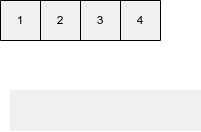
The draw.io diagram imgs/crossover.drawio.png in lucafabbian/op2-old, before a commit. Source tidied: cells renumbered, new cells last; positions are measured from the earlier drawing's top-left corner, leaving out a move shared by most shapes. The source it was exported from:
```xml
<mxGraphModel>
  <root>
    <mxCell id="0" />
    <mxCell id="1" parent="0" />
    <mxCell id="2" style="rounded=0;whiteSpace=wrap;html=1;strokeColor=#F0F0F0;fillColor=#F0F0F0;fontColor=#000000;" parent="1" vertex="1">
      <mxGeometry x="10" y="90" width="190" height="40" as="geometry" />
    </mxCell>
    <mxCell id="3" style="shape=table;html=1;whiteSpace=wrap;startSize=0;strokeColor=#000000;fillColor=#F0F0F0;perimeterSpacing=1;fontColor=#000000;" parent="1" vertex="1">
      <mxGeometry width="160" height="40" as="geometry" />
    </mxCell>
    <mxCell id="4" style="shape=tableRow;horizontal=0;startSize=0;swimlaneHead=0;swimlaneBody=0;top=0;left=0;bottom=0;right=0;fillColor=none;strokeColor=#F0F0F0;fontColor=#000000;" parent="3" vertex="1">
      <mxGeometry width="160" height="40" as="geometry" />
    </mxCell>
    <mxCell id="5" value="1" style="shape=partialRectangle;html=1;whiteSpace=wrap;fillColor=none;top=0;left=0;bottom=0;right=0;overflow=hidden;strokeColor=#F0F0F0;fontColor=#000000;" parent="4" vertex="1">
      <mxGeometry width="40" height="40" as="geometry" />
    </mxCell>
    <mxCell id="6" value="2" style="shape=partialRectangle;html=1;whiteSpace=wrap;fillColor=none;top=0;left=0;bottom=0;right=0;overflow=hidden;strokeColor=#F0F0F0;fontColor=#000000;" parent="4" vertex="1">
      <mxGeometry x="40" width="40" height="40" as="geometry" />
    </mxCell>
    <mxCell id="7" value="3" style="shape=partialRectangle;html=1;whiteSpace=wrap;fillColor=none;top=0;left=0;bottom=0;right=0;overflow=hidden;strokeColor=#F0F0F0;fontColor=#000000;" parent="4" vertex="1">
      <mxGeometry x="80" width="40" height="40" as="geometry" />
    </mxCell>
    <mxCell id="8" value="4" style="shape=partialRectangle;html=1;whiteSpace=wrap;fillColor=none;top=0;left=0;bottom=0;right=0;overflow=hidden;strokeColor=#F0F0F0;fontColor=#000000;" parent="4" vertex="1">
      <mxGeometry x="120" width="40" height="40" as="geometry" />
    </mxCell>
  </root>
</mxGraphModel>
```
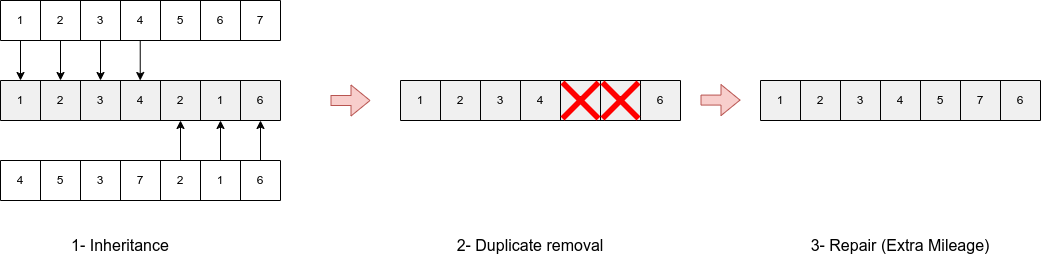
Later version of the same file.

Diff of the diagram source:
```diff
@@ -2,14 +2,11 @@
   <root>
     <mxCell id="0" />
     <mxCell id="1" parent="0" />
-    <mxCell id="2" style="rounded=0;whiteSpace=wrap;html=1;strokeColor=#F0F0F0;fillColor=#F0F0F0;fontColor=#000000;" parent="1" vertex="1">
-      <mxGeometry x="10" y="90" width="190" height="40" as="geometry" />
-    </mxCell>
     <mxCell id="3" style="shape=table;html=1;whiteSpace=wrap;startSize=0;strokeColor=#000000;fillColor=#F0F0F0;perimeterSpacing=1;fontColor=#000000;" parent="1" vertex="1">
-      <mxGeometry width="160" height="40" as="geometry" />
+      <mxGeometry width="280" height="40" as="geometry" />
     </mxCell>
     <mxCell id="4" style="shape=tableRow;horizontal=0;startSize=0;swimlaneHead=0;swimlaneBody=0;top=0;left=0;bottom=0;right=0;fillColor=none;strokeColor=#F0F0F0;fontColor=#000000;" parent="3" vertex="1">
-      <mxGeometry width="160" height="40" as="geometry" />
+      <mxGeometry width="280" height="40" as="geometry" />
     </mxCell>
     <mxCell id="5" value="1" style="shape=partialRectangle;html=1;whiteSpace=wrap;fillColor=none;top=0;left=0;bottom=0;right=0;overflow=hidden;strokeColor=#F0F0F0;fontColor=#000000;" parent="4" vertex="1">
       <mxGeometry width="40" height="40" as="geometry" />
@@ -23,5 +20,191 @@
     <mxCell id="8" value="4" style="shape=partialRectangle;html=1;whiteSpace=wrap;fillColor=none;top=0;left=0;bottom=0;right=0;overflow=hidden;strokeColor=#F0F0F0;fontColor=#000000;" parent="4" vertex="1">
       <mxGeometry x="120" width="40" height="40" as="geometry" />
     </mxCell>
+    <mxCell id="9" value="2" style="shape=partialRectangle;html=1;whiteSpace=wrap;fillColor=none;top=0;left=0;bottom=0;right=0;overflow=hidden;strokeColor=#F0F0F0;fontColor=#000000;" parent="4" vertex="1">
+      <mxGeometry x="160" width="40" height="40" as="geometry" />
+    </mxCell>
+    <mxCell id="10" value="1" style="shape=partialRectangle;html=1;whiteSpace=wrap;fillColor=none;top=0;left=0;bottom=0;right=0;overflow=hidden;strokeColor=#F0F0F0;fontColor=#000000;" parent="4" vertex="1">
+      <mxGeometry x="200" width="40" height="40" as="geometry" />
+    </mxCell>
+    <mxCell id="11" value="6" style="shape=partialRectangle;html=1;whiteSpace=wrap;fillColor=none;top=0;left=0;bottom=0;right=0;overflow=hidden;strokeColor=#F0F0F0;fontColor=#000000;" parent="4" vertex="1">
+      <mxGeometry x="240" width="40" height="40" as="geometry" />
+    </mxCell>
+    <mxCell id="12" style="shape=table;html=1;whiteSpace=wrap;startSize=0;perimeterSpacing=1;" parent="1" vertex="1">
+      <mxGeometry y="80" width="280" height="40" as="geometry" />
+    </mxCell>
+    <mxCell id="13" style="shape=tableRow;horizontal=0;startSize=0;swimlaneHead=0;swimlaneBody=0;top=0;left=0;bottom=0;right=0;fillColor=none;strokeColor=#F0F0F0;fontColor=#000000;" parent="12" vertex="1">
+      <mxGeometry width="280" height="40" as="geometry" />
+    </mxCell>
+    <mxCell id="14" value="4" style="shape=partialRectangle;html=1;whiteSpace=wrap;fillColor=none;top=0;left=0;bottom=0;right=0;overflow=hidden;strokeColor=#F0F0F0;fontColor=#000000;" parent="13" vertex="1">
+      <mxGeometry width="40" height="40" as="geometry" />
+    </mxCell>
+    <mxCell id="15" value="5" style="shape=partialRectangle;html=1;whiteSpace=wrap;fillColor=none;top=0;left=0;bottom=0;right=0;overflow=hidden;strokeColor=#F0F0F0;fontColor=#000000;" parent="13" vertex="1">
+      <mxGeometry x="40" width="40" height="40" as="geometry" />
+    </mxCell>
+    <mxCell id="16" value="3" style="shape=partialRectangle;html=1;whiteSpace=wrap;fillColor=none;top=0;left=0;bottom=0;right=0;overflow=hidden;strokeColor=#F0F0F0;fontColor=#000000;" parent="13" vertex="1">
+      <mxGeometry x="80" width="40" height="40" as="geometry" />
+    </mxCell>
+    <mxCell id="17" value="7" style="shape=partialRectangle;html=1;whiteSpace=wrap;fillColor=none;top=0;left=0;bottom=0;right=0;overflow=hidden;strokeColor=#F0F0F0;fontColor=#000000;" parent="13" vertex="1">
+      <mxGeometry x="120" width="40" height="40" as="geometry" />
+    </mxCell>
+    <mxCell id="18" value="2" style="shape=partialRectangle;html=1;whiteSpace=wrap;fillColor=none;top=0;left=0;bottom=0;right=0;overflow=hidden;strokeColor=#F0F0F0;fontColor=#000000;" parent="13" vertex="1">
+      <mxGeometry x="160" width="40" height="40" as="geometry" />
+    </mxCell>
+    <mxCell id="19" value="1" style="shape=partialRectangle;html=1;whiteSpace=wrap;fillColor=none;top=0;left=0;bottom=0;right=0;overflow=hidden;strokeColor=#F0F0F0;fontColor=#000000;" parent="13" vertex="1">
+      <mxGeometry x="200" width="40" height="40" as="geometry" />
+    </mxCell>
+    <mxCell id="20" value="6" style="shape=partialRectangle;html=1;whiteSpace=wrap;fillColor=none;top=0;left=0;bottom=0;right=0;overflow=hidden;strokeColor=#F0F0F0;fontColor=#000000;" parent="13" vertex="1">
+      <mxGeometry x="240" width="40" height="40" as="geometry" />
+    </mxCell>
+    <mxCell id="21" style="shape=table;html=1;whiteSpace=wrap;startSize=0;perimeterSpacing=1;labelBackgroundColor=none;" parent="1" vertex="1">
+      <mxGeometry y="-80" width="280" height="40" as="geometry" />
+    </mxCell>
+    <mxCell id="22" style="shape=tableRow;horizontal=0;startSize=0;swimlaneHead=0;swimlaneBody=0;top=0;left=0;bottom=0;right=0;fillColor=none;strokeColor=#F0F0F0;fontColor=#000000;labelBackgroundColor=default;" parent="21" vertex="1">
+      <mxGeometry width="280" height="40" as="geometry" />
+    </mxCell>
+    <mxCell id="23" value="1" style="shape=partialRectangle;html=1;whiteSpace=wrap;fillColor=none;top=0;left=0;bottom=0;right=0;overflow=hidden;strokeColor=#F0F0F0;fontColor=#000000;labelBackgroundColor=default;" parent="22" vertex="1">
+      <mxGeometry width="40" height="40" as="geometry" />
+    </mxCell>
+    <mxCell id="24" value="2" style="shape=partialRectangle;html=1;whiteSpace=wrap;fillColor=none;top=0;left=0;bottom=0;right=0;overflow=hidden;strokeColor=#F0F0F0;fontColor=#000000;labelBackgroundColor=default;" parent="22" vertex="1">
+      <mxGeometry x="40" width="40" height="40" as="geometry" />
+    </mxCell>
+    <mxCell id="25" value="3" style="shape=partialRectangle;html=1;whiteSpace=wrap;fillColor=none;top=0;left=0;bottom=0;right=0;overflow=hidden;strokeColor=#F0F0F0;fontColor=#000000;labelBackgroundColor=default;" parent="22" vertex="1">
+      <mxGeometry x="80" width="40" height="40" as="geometry" />
+    </mxCell>
+    <mxCell id="26" value="4" style="shape=partialRectangle;html=1;whiteSpace=wrap;fillColor=none;top=0;left=0;bottom=0;right=0;overflow=hidden;strokeColor=#F0F0F0;fontColor=#000000;labelBackgroundColor=default;" parent="22" vertex="1">
+      <mxGeometry x="120" width="40" height="40" as="geometry" />
+    </mxCell>
+    <mxCell id="27" value="5" style="shape=partialRectangle;html=1;whiteSpace=wrap;fillColor=none;top=0;left=0;bottom=0;right=0;overflow=hidden;strokeColor=#F0F0F0;fontColor=#000000;labelBackgroundColor=default;" parent="22" vertex="1">
+      <mxGeometry x="160" width="40" height="40" as="geometry" />
+    </mxCell>
+    <mxCell id="28" value="6" style="shape=partialRectangle;html=1;whiteSpace=wrap;fillColor=none;top=0;left=0;bottom=0;right=0;overflow=hidden;strokeColor=#F0F0F0;fontColor=#000000;labelBackgroundColor=default;" parent="22" vertex="1">
+      <mxGeometry x="200" width="40" height="40" as="geometry" />
+    </mxCell>
+    <mxCell id="29" value="7" style="shape=partialRectangle;html=1;whiteSpace=wrap;fillColor=none;top=0;left=0;bottom=0;right=0;overflow=hidden;strokeColor=#F0F0F0;fontColor=#000000;labelBackgroundColor=default;" parent="22" vertex="1">
+      <mxGeometry x="240" width="40" height="40" as="geometry" />
+    </mxCell>
+    <mxCell id="30" style="endArrow=classic;html=1;" parent="1" edge="1">
+      <mxGeometry relative="1" as="geometry">
+        <mxPoint x="180" y="80" as="sourcePoint" />
+        <mxPoint x="180" y="40" as="targetPoint" />
+      </mxGeometry>
+    </mxCell>
+    <mxCell id="31" style="endArrow=classic;html=1;" parent="1" edge="1">
+      <mxGeometry relative="1" as="geometry">
+        <mxPoint x="220" y="80" as="sourcePoint" />
+        <mxPoint x="220" y="40" as="targetPoint" />
+      </mxGeometry>
+    </mxCell>
+    <mxCell id="32" style="endArrow=classic;html=1;" parent="1" edge="1">
+      <mxGeometry relative="1" as="geometry">
+        <mxPoint x="260" y="80" as="sourcePoint" />
+        <mxPoint x="260" y="40" as="targetPoint" />
+      </mxGeometry>
+    </mxCell>
+    <mxCell id="33" style="endArrow=classic;html=1;" parent="1" edge="1">
+      <mxGeometry relative="1" as="geometry">
+        <mxPoint x="139.7" y="-40" as="sourcePoint" />
+        <mxPoint x="139.7" as="targetPoint" />
+      </mxGeometry>
+    </mxCell>
+    <mxCell id="34" style="endArrow=classic;html=1;" parent="1" edge="1">
+      <mxGeometry relative="1" as="geometry">
+        <mxPoint x="100" y="-40" as="sourcePoint" />
+        <mxPoint x="100" as="targetPoint" />
+      </mxGeometry>
+    </mxCell>
+    <mxCell id="35" style="endArrow=classic;html=1;" parent="1" edge="1">
+      <mxGeometry relative="1" as="geometry">
+        <mxPoint x="60" y="-40" as="sourcePoint" />
+        <mxPoint x="60" as="targetPoint" />
+      </mxGeometry>
+    </mxCell>
+    <mxCell id="36" style="endArrow=classic;html=1;" parent="1" edge="1">
+      <mxGeometry relative="1" as="geometry">
+        <mxPoint x="20" y="-40" as="sourcePoint" />
+        <mxPoint x="20" as="targetPoint" />
+      </mxGeometry>
+    </mxCell>
+    <mxCell id="37" style="shape=table;html=1;whiteSpace=wrap;startSize=0;strokeColor=#000000;fillColor=#F0F0F0;perimeterSpacing=1;fontColor=#000000;" parent="1" vertex="1">
+      <mxGeometry x="400" width="280" height="40" as="geometry" />
+    </mxCell>
+    <mxCell id="38" style="shape=tableRow;horizontal=0;startSize=0;swimlaneHead=0;swimlaneBody=0;top=0;left=0;bottom=0;right=0;fillColor=none;strokeColor=#F0F0F0;fontColor=#000000;" parent="37" vertex="1">
+      <mxGeometry width="280" height="40" as="geometry" />
+    </mxCell>
+    <mxCell id="39" value="1" style="shape=partialRectangle;html=1;whiteSpace=wrap;fillColor=none;top=0;left=0;bottom=0;right=0;overflow=hidden;strokeColor=#F0F0F0;fontColor=#000000;" parent="38" vertex="1">
+      <mxGeometry width="40" height="40" as="geometry" />
+    </mxCell>
+    <mxCell id="40" value="2" style="shape=partialRectangle;html=1;whiteSpace=wrap;fillColor=none;top=0;left=0;bottom=0;right=0;overflow=hidden;strokeColor=#F0F0F0;fontColor=#000000;" parent="38" vertex="1">
+      <mxGeometry x="40" width="40" height="40" as="geometry" />
+    </mxCell>
+    <mxCell id="41" value="3" style="shape=partialRectangle;html=1;whiteSpace=wrap;fillColor=none;top=0;left=0;bottom=0;right=0;overflow=hidden;strokeColor=#F0F0F0;fontColor=#000000;" parent="38" vertex="1">
+      <mxGeometry x="80" width="40" height="40" as="geometry" />
+    </mxCell>
+    <mxCell id="42" value="4" style="shape=partialRectangle;html=1;whiteSpace=wrap;fillColor=none;top=0;left=0;bottom=0;right=0;overflow=hidden;strokeColor=#F0F0F0;fontColor=#000000;" parent="38" vertex="1">
+      <mxGeometry x="120" width="40" height="40" as="geometry" />
+    </mxCell>
+    <mxCell id="43" value="2" style="shape=partialRectangle;html=1;whiteSpace=wrap;fillColor=none;top=0;left=0;bottom=0;right=0;overflow=hidden;strokeColor=#F0F0F0;fontColor=#000000;" parent="38" vertex="1">
+      <mxGeometry x="160" width="40" height="40" as="geometry" />
+    </mxCell>
+    <mxCell id="44" value="1" style="shape=partialRectangle;html=1;whiteSpace=wrap;fillColor=none;top=0;left=0;bottom=0;right=0;overflow=hidden;strokeColor=#F0F0F0;fontColor=#000000;" parent="38" vertex="1">
+      <mxGeometry x="200" width="40" height="40" as="geometry" />
+    </mxCell>
+    <mxCell id="45" value="6" style="shape=partialRectangle;html=1;whiteSpace=wrap;fillColor=none;top=0;left=0;bottom=0;right=0;overflow=hidden;strokeColor=#F0F0F0;fontColor=#000000;" parent="38" vertex="1">
+      <mxGeometry x="240" width="40" height="40" as="geometry" />
+    </mxCell>
+    <mxCell id="46" style="shape=mxgraph.mockup.markup.redX;fillColor=#ff0000;html=1;shadow=0;strokeColor=none;labelBackgroundColor=none;" parent="1" vertex="1">
+      <mxGeometry x="560" width="40" height="40" as="geometry" />
+    </mxCell>
+    <mxCell id="47" style="shape=mxgraph.mockup.markup.redX;fillColor=#ff0000;html=1;shadow=0;strokeColor=none;labelBackgroundColor=none;" parent="1" vertex="1">
+      <mxGeometry x="600" width="40" height="40" as="geometry" />
+    </mxCell>
+    <mxCell id="48" style="shape=table;html=1;whiteSpace=wrap;startSize=0;strokeColor=#000000;fillColor=#F0F0F0;perimeterSpacing=1;fontColor=#000000;" parent="1" vertex="1">
+      <mxGeometry x="760" width="280" height="40" as="geometry" />
+    </mxCell>
+    <mxCell id="49" style="shape=tableRow;horizontal=0;startSize=0;swimlaneHead=0;swimlaneBody=0;top=0;left=0;bottom=0;right=0;fillColor=none;strokeColor=#F0F0F0;fontColor=#000000;" parent="48" vertex="1">
+      <mxGeometry width="280" height="40" as="geometry" />
+    </mxCell>
+    <mxCell id="50" value="1" style="shape=partialRectangle;html=1;whiteSpace=wrap;fillColor=none;top=0;left=0;bottom=0;right=0;overflow=hidden;strokeColor=#F0F0F0;fontColor=#000000;" parent="49" vertex="1">
+      <mxGeometry width="40" height="40" as="geometry" />
+    </mxCell>
+    <mxCell id="51" value="2" style="shape=partialRectangle;html=1;whiteSpace=wrap;fillColor=none;top=0;left=0;bottom=0;right=0;overflow=hidden;strokeColor=#F0F0F0;fontColor=#000000;" parent="49" vertex="1">
+      <mxGeometry x="40" width="40" height="40" as="geometry" />
+    </mxCell>
+    <mxCell id="52" value="3" style="shape=partialRectangle;html=1;whiteSpace=wrap;fillColor=none;top=0;left=0;bottom=0;right=0;overflow=hidden;strokeColor=#F0F0F0;fontColor=#000000;" parent="49" vertex="1">
+      <mxGeometry x="80" width="40" height="40" as="geometry" />
+    </mxCell>
+    <mxCell id="53" value="4" style="shape=partialRectangle;html=1;whiteSpace=wrap;fillColor=none;top=0;left=0;bottom=0;right=0;overflow=hidden;strokeColor=#F0F0F0;fontColor=#000000;" parent="49" vertex="1">
+      <mxGeometry x="120" width="40" height="40" as="geometry" />
+    </mxCell>
+    <mxCell id="54" value="5" style="shape=partialRectangle;html=1;whiteSpace=wrap;fillColor=none;top=0;left=0;bottom=0;right=0;overflow=hidden;strokeColor=#F0F0F0;fontColor=#000000;" parent="49" vertex="1">
+      <mxGeometry x="160" width="40" height="40" as="geometry" />
+    </mxCell>
+    <mxCell id="55" value="7" style="shape=partialRectangle;html=1;whiteSpace=wrap;fillColor=none;top=0;left=0;bottom=0;right=0;overflow=hidden;strokeColor=#F0F0F0;fontColor=#000000;" parent="49" vertex="1">
+      <mxGeometry x="200" width="40" height="40" as="geometry" />
+    </mxCell>
+    <mxCell id="56" value="6" style="shape=partialRectangle;html=1;whiteSpace=wrap;fillColor=none;top=0;left=0;bottom=0;right=0;overflow=hidden;strokeColor=#F0F0F0;fontColor=#000000;" parent="49" vertex="1">
+      <mxGeometry x="240" width="40" height="40" as="geometry" />
+    </mxCell>
+    <mxCell id="57" value="1- Inheritance" style="text;html=1;strokeColor=none;fillColor=none;align=center;verticalAlign=middle;whiteSpace=wrap;rounded=0;labelBackgroundColor=none;fontSize=16;" parent="1" vertex="1">
+      <mxGeometry x="40" y="150" width="160" height="30" as="geometry" />
+    </mxCell>
+    <mxCell id="58" style="shape=flexArrow;endArrow=classic;html=1;fillColor=#f8cecc;strokeColor=#b85450;" parent="1" edge="1">
+      <mxGeometry relative="1" as="geometry">
+        <mxPoint x="330" y="20" as="sourcePoint" />
+        <mxPoint x="370" y="20" as="targetPoint" />
+      </mxGeometry>
+    </mxCell>
+    <mxCell id="59" style="shape=flexArrow;endArrow=classic;html=1;fillColor=#f8cecc;strokeColor=#b85450;" parent="1" edge="1">
+      <mxGeometry relative="1" as="geometry">
+        <mxPoint x="700" y="19.6" as="sourcePoint" />
+        <mxPoint x="740" y="19.6" as="targetPoint" />
+      </mxGeometry>
+    </mxCell>
+    <mxCell id="60" value="2- Duplicate removal" style="text;html=1;strokeColor=none;fillColor=none;align=center;verticalAlign=middle;whiteSpace=wrap;rounded=0;labelBackgroundColor=none;fontSize=16;" parent="1" vertex="1">
+      <mxGeometry x="450" y="150" width="160" height="30" as="geometry" />
+    </mxCell>
+    <mxCell id="61" value="3- Repair (Extra Mileage)" style="text;html=1;strokeColor=none;fillColor=none;align=center;verticalAlign=middle;whiteSpace=wrap;rounded=0;labelBackgroundColor=none;fontSize=16;" parent="1" vertex="1">
+      <mxGeometry x="800" y="150" width="200" height="30" as="geometry" />
+    </mxCell>
   </root>
 </mxGraphModel>
```
